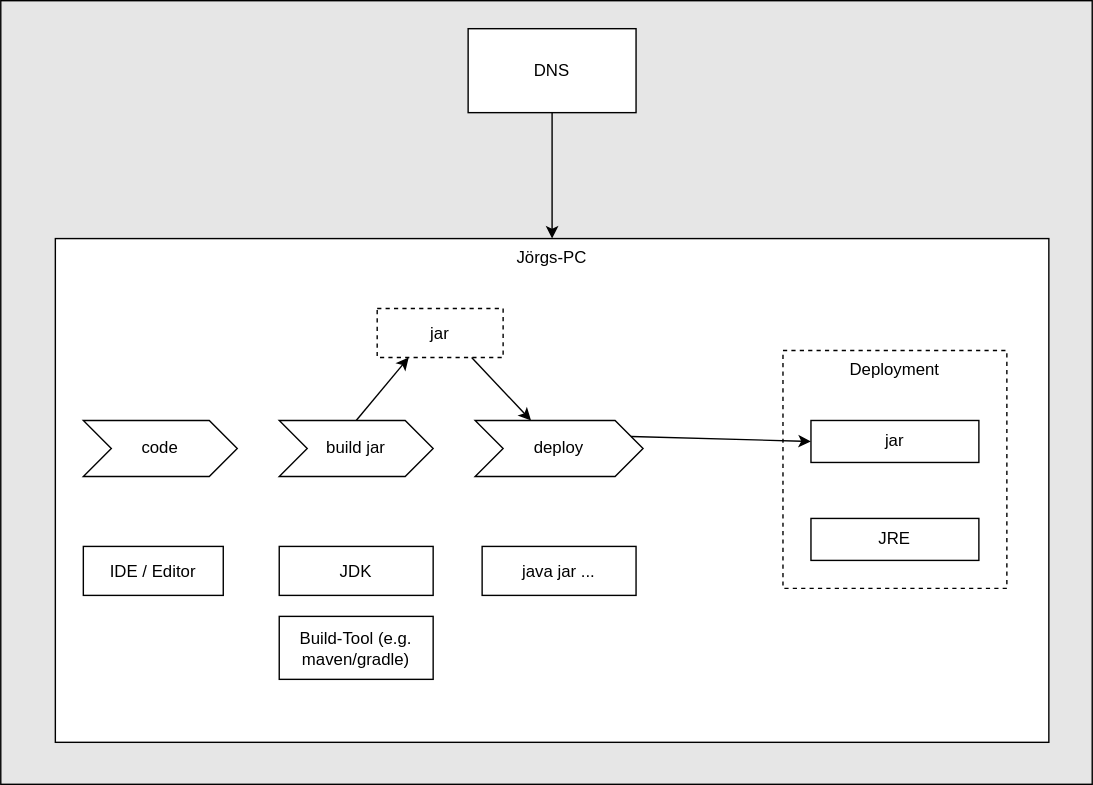
procceed-it/road-to-cloud-native keeps this draw.io diagram as documentation/local-jar.drawio.svg. Above is the earlier version. Source tidied: cells renumbered, new cells last; positions are measured from the earlier drawing's top-left corner, leaving out a move shared by most shapes.
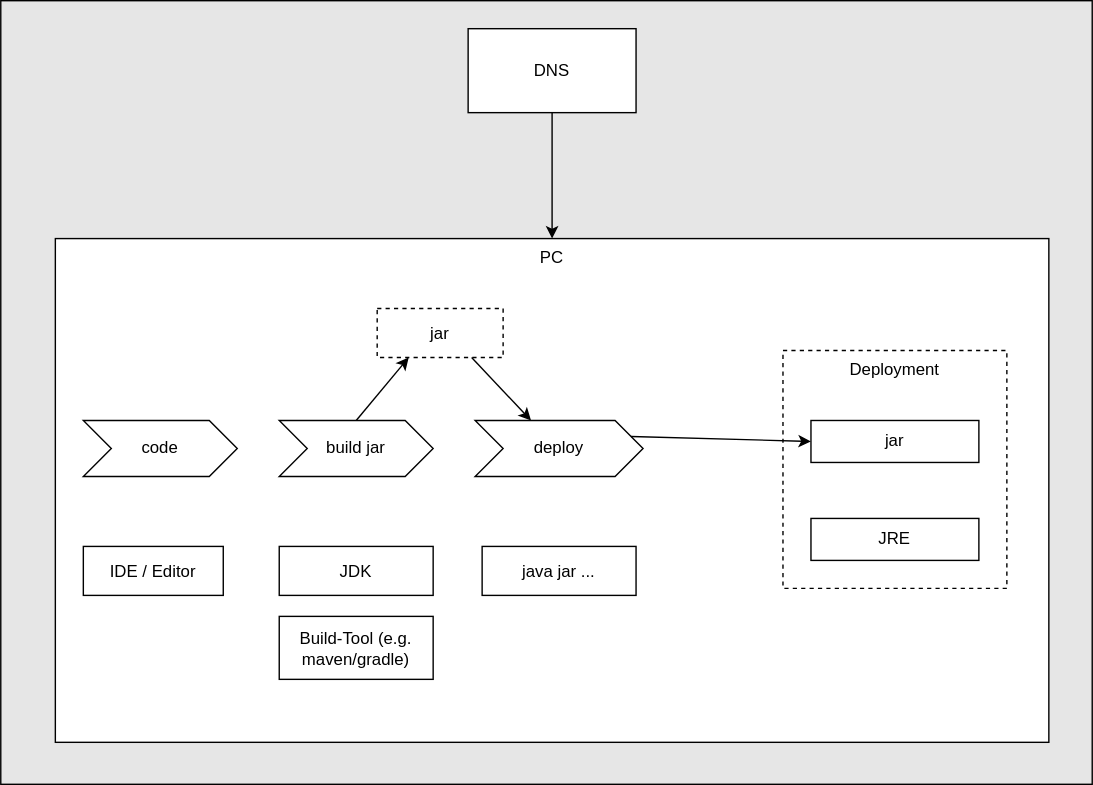
The same diagram one commit later.

Commit message:
alle deployment diagramme eingefügt

The edit, as a diff of the source:
```diff
@@ -2,10 +2,10 @@
   <root>
     <mxCell id="0" />
     <mxCell id="1" parent="0" />
-    <mxCell id="2" style="rounded=0;whiteSpace=wrap;html=1;fillColor=#E6E6E6;strokeColor=#000000;" parent="1" vertex="1">
+    <mxCell id="2" style="rounded=0;whiteSpace=wrap;html=1;fillColor=#E6E6E6;" parent="1" vertex="1">
       <mxGeometry width="780" height="560" as="geometry" />
     </mxCell>
-    <mxCell id="3" value="Jörgs-PC" style="rounded=0;whiteSpace=wrap;html=1;verticalAlign=top;" parent="1" vertex="1">
+    <mxCell id="3" value="PC" style="rounded=0;whiteSpace=wrap;html=1;verticalAlign=top;" parent="1" vertex="1">
       <mxGeometry x="39" y="170" width="710" height="360" as="geometry" />
     </mxCell>
     <mxCell id="4" value="Deployment" style="rounded=0;whiteSpace=wrap;html=1;dashed=1;verticalAlign=top;" parent="1" vertex="1">
```
